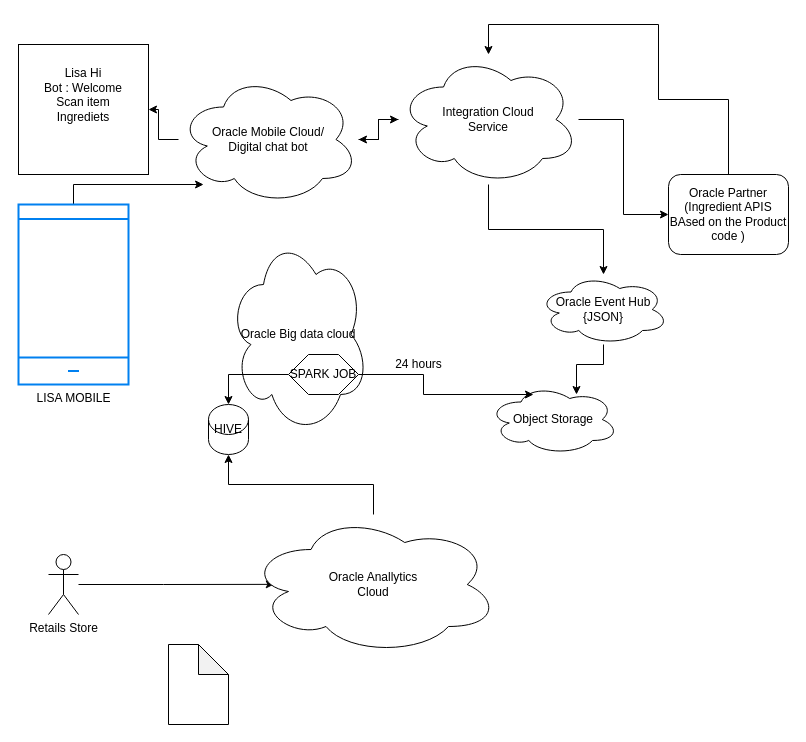
Before: Retail_Demo.drawio in anantwag19/Workspace, a draw.io diagram. Source tidied: cells renumbered, new cells numbered last; positions are measured from the earlier drawing's top-left corner, leaving out a move shared by most shapes. Both pictures are drawn from the tidied source at 100%, with x=0, y=0 at pixel (18, 24).
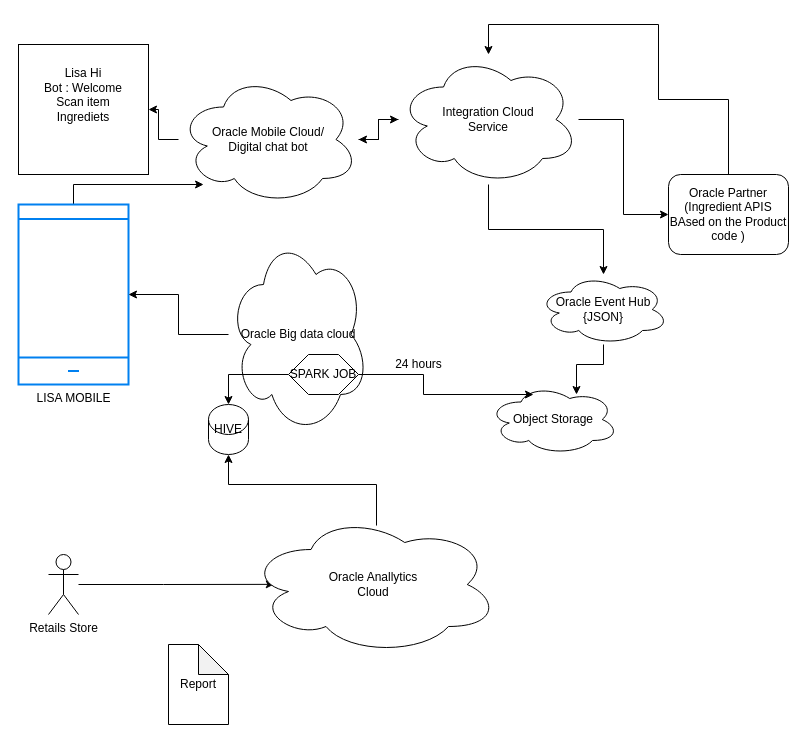
The same diagram, later.

Unchanged cells that the change refers to:
```xml
<mxCell id="3" value="LISA MOBILE " style="html=1;verticalLabelPosition=bottom;align=center;labelBackgroundColor=#ffffff;verticalAlign=top;strokeWidth=2;strokeColor=#0080F0;shadow=0;dashed=0;shape=mxgraph.ios7.icons.smartphone;" parent="1" vertex="1">
  <mxGeometry y="180" width="110" height="180" as="geometry" />
</mxCell>
<mxCell id="18" value="Oracle Big data cloud " style="ellipse;shape=cloud;whiteSpace=wrap;html=1;" parent="1" vertex="1">
  <mxGeometry x="210" y="210" width="140" height="200" as="geometry" />
</mxCell>
<mxCell id="20" value="HIVE " style="shape=cylinder2;whiteSpace=wrap;html=1;boundedLbl=1;backgroundOutline=1;size=15;" parent="1" vertex="1">
  <mxGeometry x="190" y="380" width="40" height="50" as="geometry" />
</mxCell>
<mxCell id="26" value="&lt;div&gt;Oracle Anallytics &lt;br&gt;&lt;/div&gt;&lt;div&gt;Cloud &lt;br&gt; &lt;/div&gt;" style="ellipse;shape=cloud;whiteSpace=wrap;html=1;" parent="1" vertex="1">
  <mxGeometry x="230" y="490" width="250" height="140" as="geometry" />
</mxCell>
```

Diff of the diagram source:
```diff
@@
+    <mxCell id="28" style="edgeStyle=orthogonalEdgeStyle;rounded=0;jettySize=auto;html=1;" parent="1" edge="1" source="18" target="3">
+      <mxGeometry relative="1" as="geometry" />
+    </mxCell>
@@
-    <mxCell id="25" style="edgeStyle=orthogonalEdgeStyle;rounded=0;jettySize=auto;html=1;" parent="1" edge="1" source="26" target="20">
+    <mxCell id="25" style="edgeStyle=orthogonalEdgeStyle;rounded=0;jettySize=auto;html=1;exitX=0.512;exitY=0.079;exitDx=0;exitDy=0;exitPerimeter=0;" parent="1" edge="1" source="26" target="20">
       <mxGeometry relative="1" as="geometry" />
     </mxCell>
@@
-    <mxCell id="27" style="shape=note;whiteSpace=wrap;html=1;backgroundOutline=1;darkOpacity=0.05;" parent="1" vertex="1">
+    <mxCell id="27" value="Report" style="shape=note;whiteSpace=wrap;html=1;backgroundOutline=1;darkOpacity=0.05;" parent="1" vertex="1">
       <mxGeometry x="150" y="620" width="60" height="80" as="geometry" />
     </mxCell>
```
